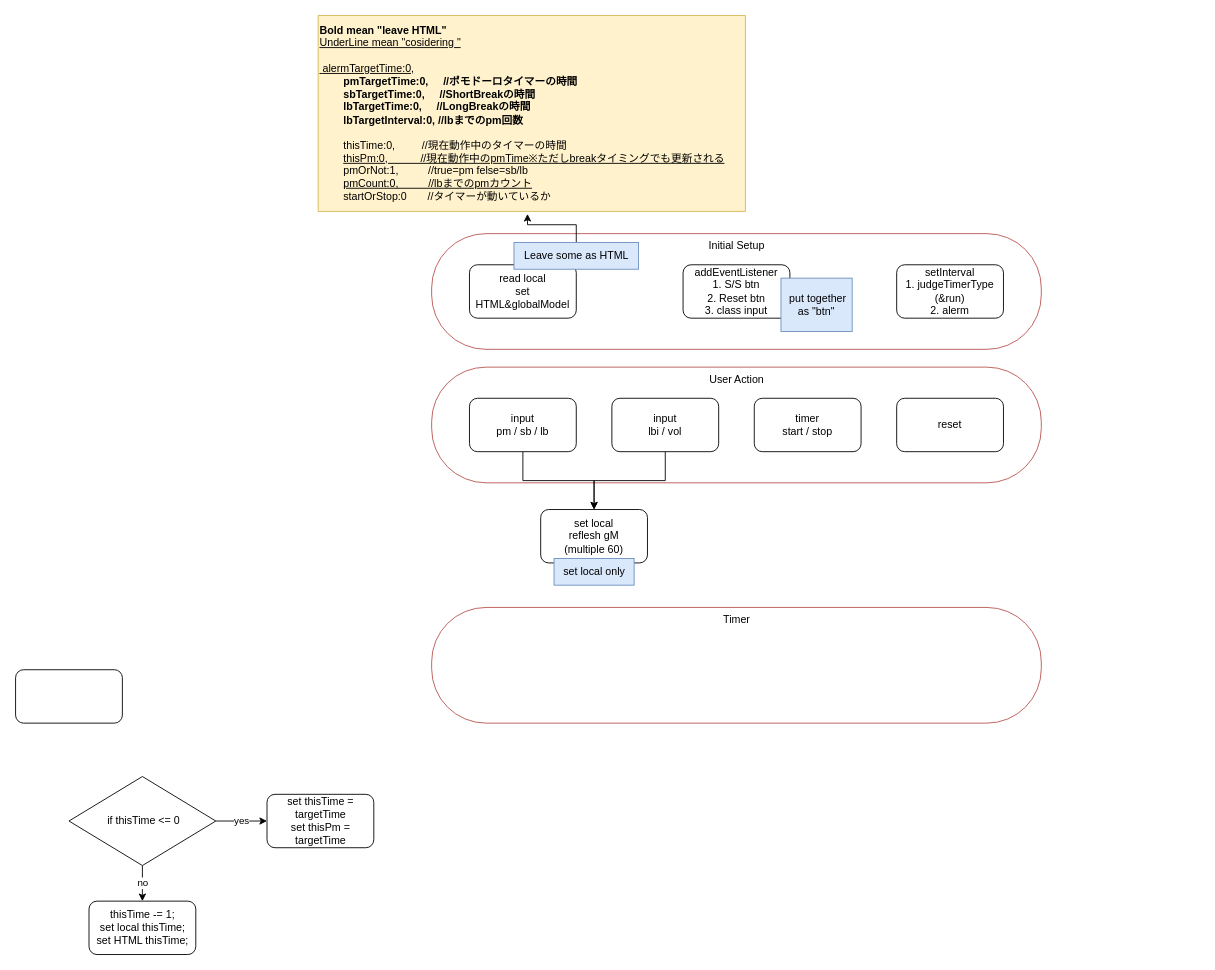
Earlier version of the draw.io diagram pomodoroFlow.drawio (Kohki-Takatama/Pomodoro). Source tidied: cells renumbered, new cells numbered last; positions are measured from the earlier drawing's top-left corner, leaving out a move shared by most shapes. Both pictures are drawn from the tidied source at 89%, with x=0, y=0 at pixel (15, 15).
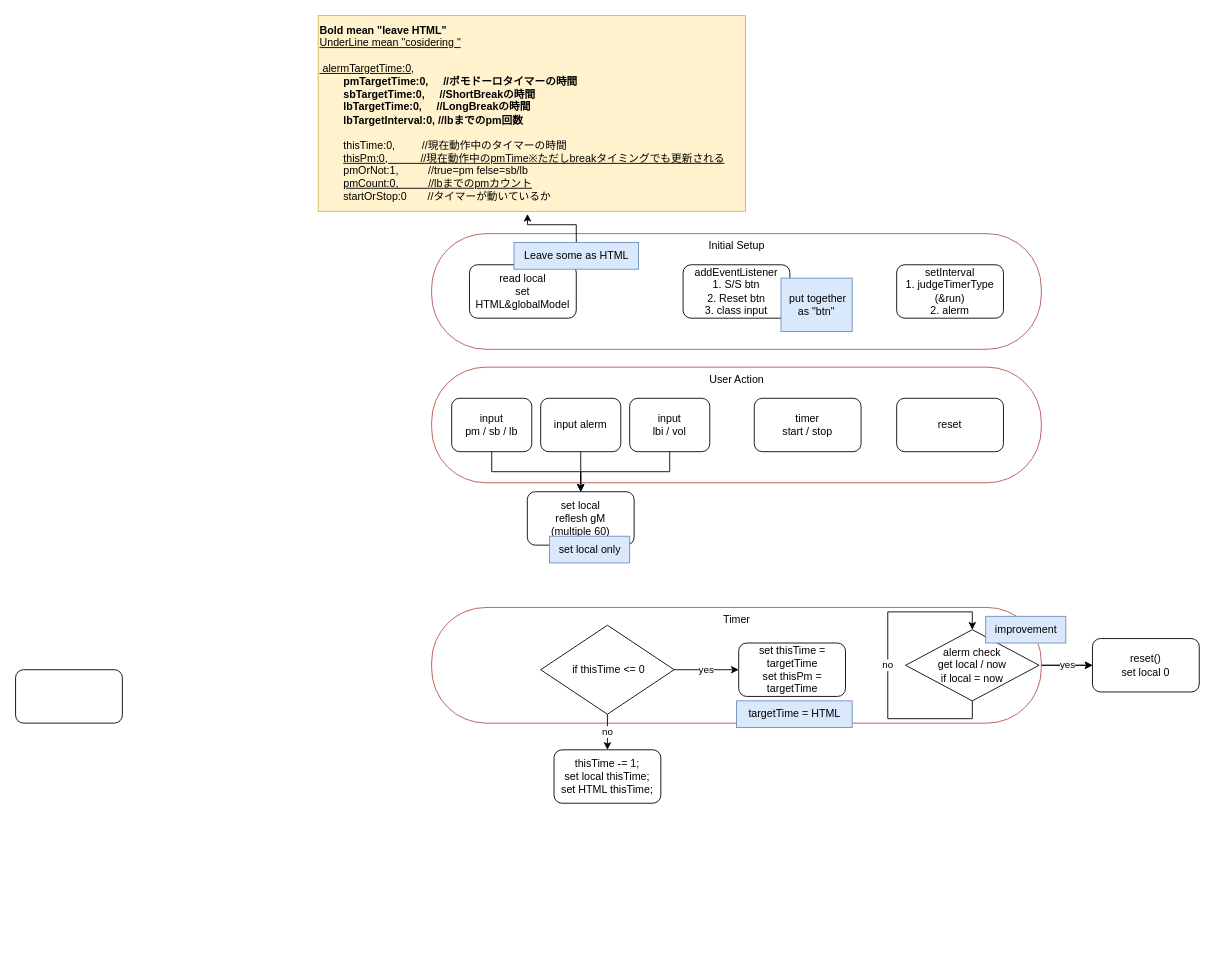
The same diagram, later.

Commit message:
pomodoroFlow.drawio を更新します

Unchanged cells that the change refers to:
```xml
<mxCell id="2" value="Timer" style="rounded=1;whiteSpace=wrap;html=1;fillColor=none;arcSize=47;horizontal=1;verticalAlign=top;labelBackgroundColor=default;strokeColor=#b85450;" parent="1" vertex="1">
  <mxGeometry x="467.5" y="665" width="685" height="130" as="geometry" />
</mxCell>
```

Change to the diagram source:
```diff
@@
+    <mxCell id="26" style="edgeStyle=orthogonalEdgeStyle;rounded=0;jettySize=auto;html=1;" parent="1" edge="1" source="2" target="32">
+      <mxGeometry relative="1" as="geometry" />
+    </mxCell>
+    <mxCell id="27" value="yes" style="edgeStyle=orthogonalEdgeStyle;rounded=0;jettySize=auto;html=1;" parent="1" edge="1" source="2" target="32">
+      <mxGeometry relative="1" as="geometry" />
+    </mxCell>
@@
     <mxCell id="6" value="input&lt;br&gt;pm / sb / lb" style="rounded=1;whiteSpace=wrap;html=1;fontSize=12;glass=0;strokeWidth=1;shadow=0;" parent="1" vertex="1">
-      <mxGeometry x="510" y="430" width="120" height="60" as="geometry" />
+      <mxGeometry x="490" y="430" width="90" height="60" as="geometry" />
     </mxCell>
@@
     <mxCell id="10" value="input&lt;br&gt;lbi / vol" style="rounded=1;whiteSpace=wrap;html=1;" parent="1" vertex="1">
-      <mxGeometry x="670" y="430" width="120" height="60" as="geometry" />
+      <mxGeometry x="690" y="430" width="90" height="60" as="geometry" />
     </mxCell>
@@
     <mxCell id="18" value="set local&lt;br&gt;reflesh gM&lt;br&gt;(multiple 60)" style="rounded=1;whiteSpace=wrap;html=1;" parent="1" vertex="1">
-      <mxGeometry x="590" y="555" width="120" height="60" as="geometry" />
+      <mxGeometry x="575" y="535" width="120" height="60" as="geometry" />
     </mxCell>
     <mxCell id="19" value="set local only" style="text;html=1;align=center;verticalAlign=middle;strokeColor=#6c8ebf;fillColor=#dae8fc;" parent="1" vertex="1">
-      <mxGeometry x="605" y="610" width="90" height="30" as="geometry" />
+      <mxGeometry x="600" y="585" width="90" height="30" as="geometry" />
     </mxCell>
     <mxCell id="20" value="thisTime -= 1;&lt;br&gt;set local thisTime;&lt;br&gt;set HTML thisTime;" style="rounded=1;whiteSpace=wrap;html=1;" parent="1" vertex="1">
-      <mxGeometry x="82.5" y="995" width="120" height="60" as="geometry" />
+      <mxGeometry x="605" y="825" width="120" height="60" as="geometry" />
     </mxCell>
@@
     <mxCell id="23" value="&amp;nbsp;if thisTime &amp;lt;= 0" style="rhombus;whiteSpace=wrap;html=1;" parent="1" vertex="1">
-      <mxGeometry x="60" y="855" width="165" height="100" as="geometry" />
+      <mxGeometry x="590" y="685" width="150" height="100" as="geometry" />
     </mxCell>
     <mxCell id="24" value="set thisTime = targetTime&lt;br&gt;set thisPm = targetTime" style="rounded=1;whiteSpace=wrap;html=1;" parent="1" vertex="1">
-      <mxGeometry x="282.5" y="875" width="120" height="60" as="geometry" />
+      <mxGeometry x="812.5" y="705" width="120" height="60" as="geometry" />
     </mxCell>
@@
+    <mxCell id="28" style="edgeStyle=orthogonalEdgeStyle;rounded=0;jettySize=auto;html=1;" parent="1" edge="1" source="29" target="18">
+      <mxGeometry relative="1" as="geometry" />
+    </mxCell>
+    <mxCell id="29" value="input alerm" style="rounded=1;whiteSpace=wrap;html=1;" parent="1" vertex="1">
+      <mxGeometry x="590" y="430" width="90" height="60" as="geometry" />
+    </mxCell>
+    <mxCell id="30" value="no" style="edgeStyle=orthogonalEdgeStyle;rounded=0;orthogonalLoop=1;jettySize=auto;html=1;exitX=0.5;exitY=1;exitDx=0;exitDy=0;entryX=0.5;entryY=0;entryDx=0;entryDy=0;" parent="1" edge="1" source="31" target="31">
+      <mxGeometry relative="1" as="geometry">
+        <Array as="points">
+          <mxPoint x="1075" y="790" />
+          <mxPoint x="980" y="790" />
+          <mxPoint x="980" y="670" />
+          <mxPoint x="1075" y="670" />
+        </Array>
+      </mxGeometry>
+    </mxCell>
+    <mxCell id="31" value="alerm check&lt;br&gt;get local / now&lt;br&gt;if local = now" style="rhombus;whiteSpace=wrap;html=1;" parent="1" vertex="1">
+      <mxGeometry x="1000" y="690" width="150" height="80" as="geometry" />
+    </mxCell>
+    <mxCell id="32" value="reset()&lt;br&gt;set local 0" style="rounded=1;whiteSpace=wrap;html=1;" parent="1" vertex="1">
+      <mxGeometry x="1210" y="700" width="120" height="60" as="geometry" />
+    </mxCell>
+    <mxCell id="33" value="improvement" style="text;html=1;align=center;verticalAlign=middle;strokeColor=#6c8ebf;fillColor=#dae8fc;" parent="1" vertex="1">
+      <mxGeometry x="1090" y="675" width="90" height="30" as="geometry" />
+    </mxCell>
+    <mxCell id="34" value="targetTime = HTML" style="text;html=1;align=center;verticalAlign=middle;strokeColor=#6c8ebf;fillColor=#dae8fc;" parent="1" vertex="1">
+      <mxGeometry x="810" y="770" width="130" height="30" as="geometry" />
+    </mxCell>
```
